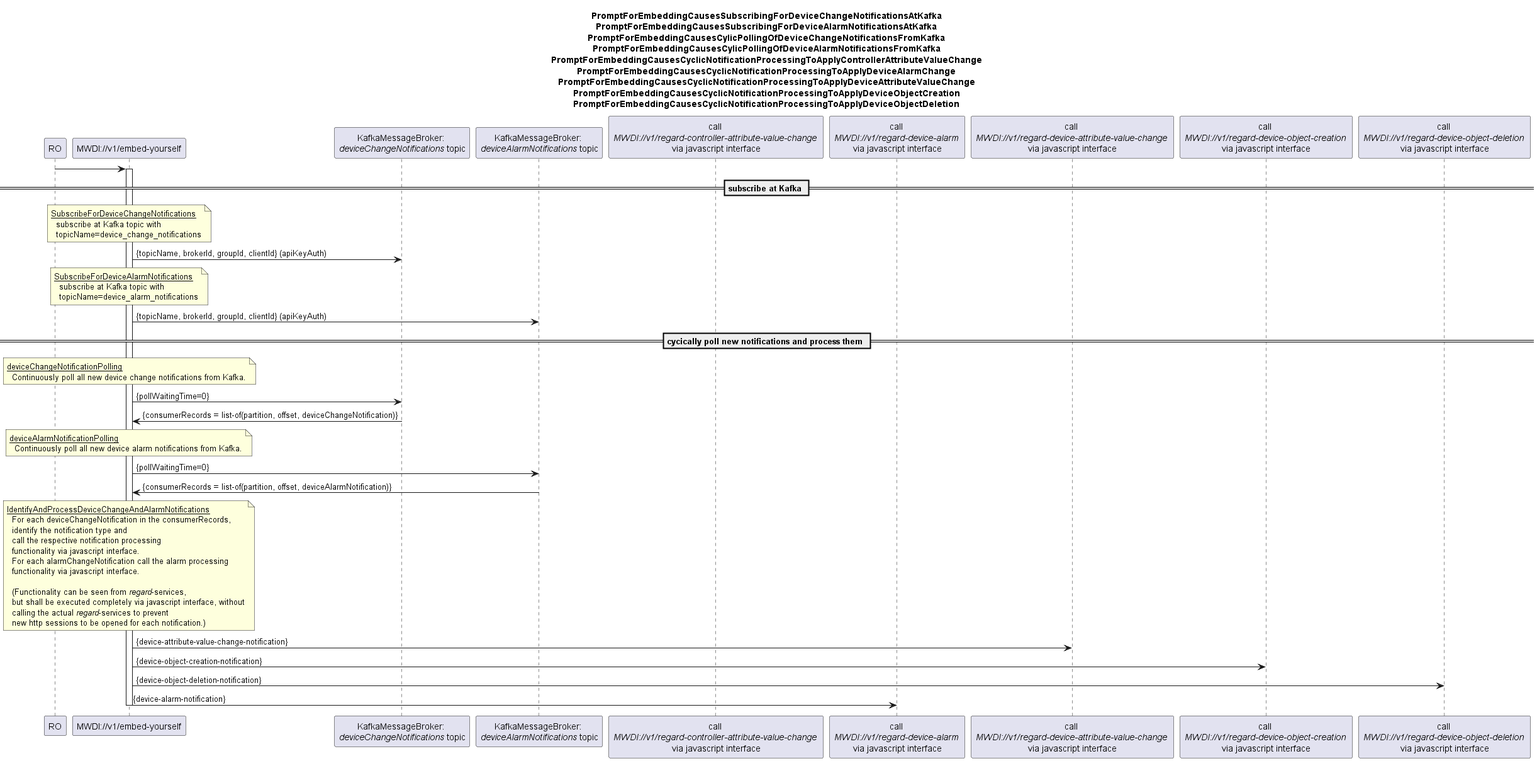
openBackhaul/MicroWaveDeviceInventory keeps this PlantUML diagram as spec/diagrams/01x_NotificationPollingFromKafkaAndProcessing.png. Above is the earlier version.
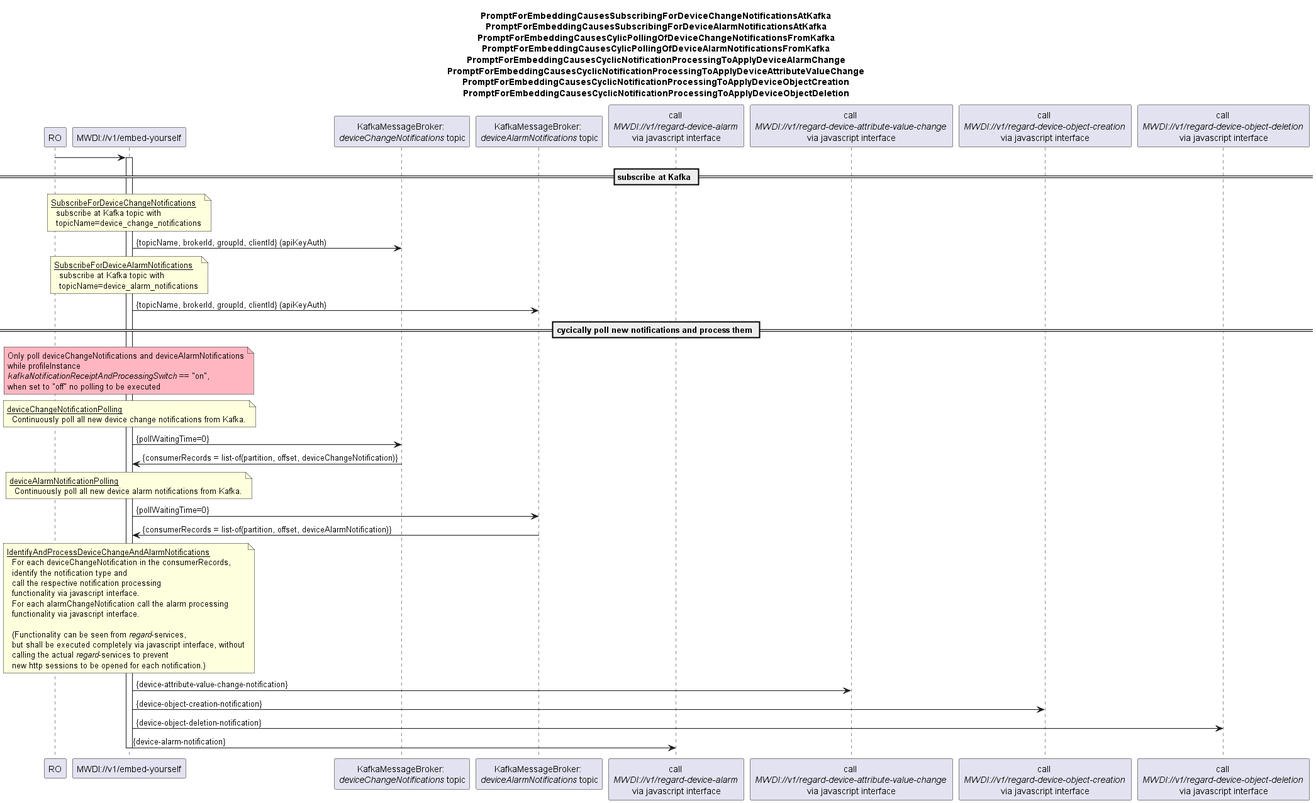
The same diagram one commit later.

Commit message:
Add switch for turning receipt and processing of notifications from Kafka on/off Fixes #1420

Diff of the diagram source:
```diff
@@ -6,7 +6,6 @@
 PromptForEmbeddingCausesSubscribingForDeviceAlarmNotificationsAtKafka
 PromptForEmbeddingCausesCylicPollingOfDeviceChangeNotificationsFromKafka
 PromptForEmbeddingCausesCylicPollingOfDeviceAlarmNotificationsFromKafka
-PromptForEmbeddingCausesCyclicNotificationProcessingToApplyControllerAttributeValueChange
 PromptForEmbeddingCausesCyclicNotificationProcessingToApplyDeviceAlarmChange
 PromptForEmbeddingCausesCyclicNotificationProcessingToApplyDeviceAttributeValueChange
 PromptForEmbeddingCausesCyclicNotificationProcessingToApplyDeviceObjectCreation
@@ -17,7 +16,6 @@
 participant "MWDI://v1/embed-yourself" as mwdi
 participant "KafkaMessageBroker: \n<i>deviceChangeNotifications</i> topic" as kafkaDev
 participant "KafkaMessageBroker: \n<i>deviceAlarmNotifications</i> topic" as kafkaAlarm
-participant "call \n<i>MWDI://v1/regard-controller-attribute-value-change </i>\nvia javascript interface" as regardCtrlAttChange
 participant "call \n<i>MWDI://v1/regard-device-alarm </i>\nvia javascript interface" as regardAlarm
 participant "call \n<i>MWDI://v1/regard-device-attribute-value-change </i>\nvia javascript interface" as regardDevAttChange
 participant "call \n<i>MWDI://v1/regard-device-object-creation </i>\nvia javascript interface" as regardDevObjCreation
@@ -43,6 +41,13 @@
 mwdi -> kafkaAlarm: {topicName, brokerId, groupId, clientId} (apiKeyAuth)
 
 == cycically poll new notifications and process them ==
+note over mwdi #LightPink
+  Only poll deviceChangeNotifications and deviceAlarmNotifications
+  while profileInstance
+  <i>kafkaNotificationReceiptAndProcessingSwitch</i> == "on",
+  when set to "off" no polling to be executed
+end note
+
 note over mwdi
 <u>deviceChangeNotificationPolling</u>
   Continuously poll all new device change notifications from Kafka.
```
